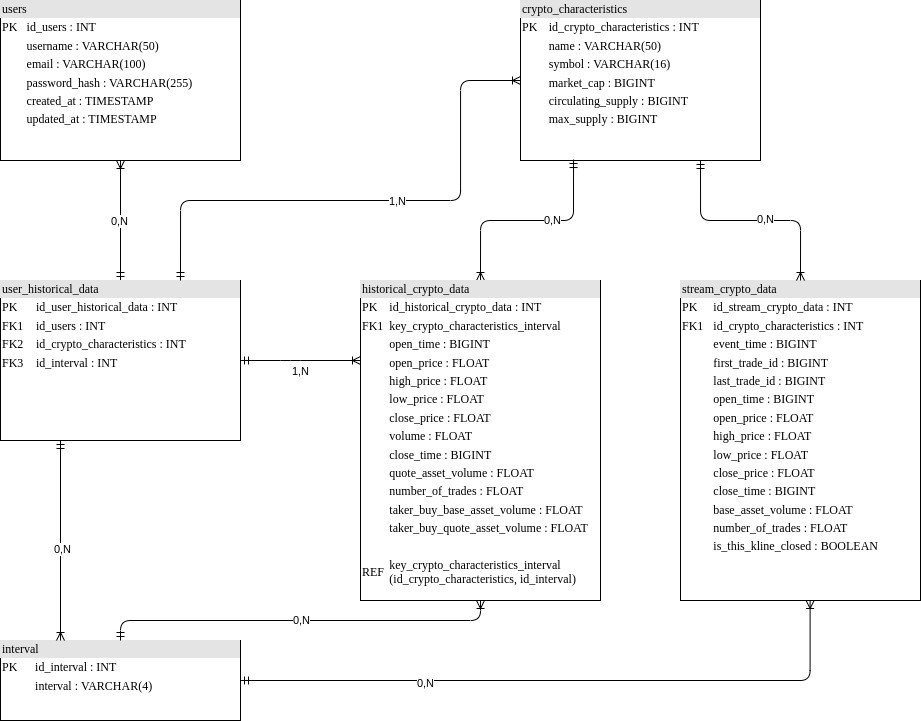
This is Database.png from DjImene/opa_cryptobot, a draw.io export, as it was before one commit. Source tidied: cells renumbered, new cells last; positions are measured from the earlier drawing's top-left corner, leaving out a move shared by most shapes.
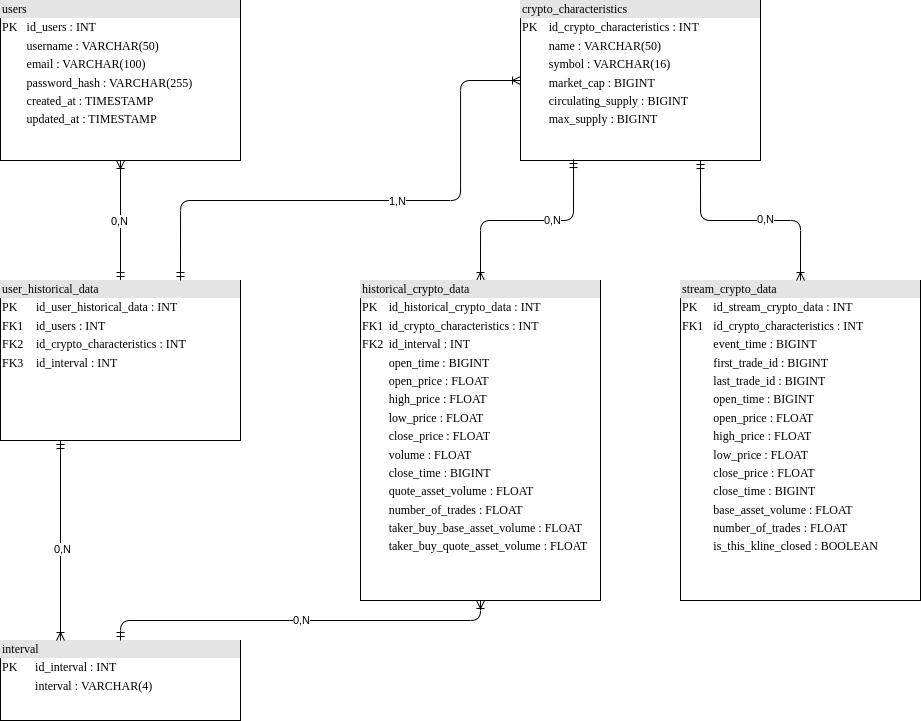
After the change.

Commit message:
Correction du diagramme de la BDD

Change to the diagram source:
```diff
@@ -42,16 +42,6 @@
     <mxCell id="11" value="&lt;div style=&quot;box-sizing: border-box ; width: 100% ; background: #e4e4e4 ; padding: 2px&quot;&gt;stream_crypto_data&lt;br&gt;&lt;/div&gt;&lt;table style=&quot;width: 100% ; font-size: 1em&quot; cellpadding=&quot;2&quot; cellspacing=&quot;0&quot;&gt;&lt;tbody&gt;&lt;tr&gt;&lt;td&gt;PK&lt;/td&gt;&lt;td&gt;id_stream_crypto_data&amp;nbsp;: INT&lt;br&gt;&lt;/td&gt;&lt;/tr&gt;&lt;tr&gt;&lt;td&gt;FK1&lt;/td&gt;&lt;td&gt;id_crypto_characteristics&amp;nbsp;: INT&lt;br&gt;&lt;/td&gt;&lt;/tr&gt;&lt;tr&gt;&lt;td&gt;&lt;br&gt;&lt;/td&gt;&lt;td&gt;event_time : BIGINT&lt;br&gt;&lt;/td&gt;&lt;/tr&gt;&lt;tr&gt;&lt;td&gt;&lt;br&gt;&lt;/td&gt;&lt;td&gt;first_trade_id : BIGINT&lt;br&gt;&lt;/td&gt;&lt;/tr&gt;&lt;tr&gt;&lt;td&gt;&lt;br&gt;&lt;/td&gt;&lt;td&gt;last_trade_id : BIGINT&lt;br&gt;&lt;/td&gt;&lt;/tr&gt;&lt;tr&gt;&lt;td&gt;&lt;/td&gt;&lt;td&gt;open_time : BIGINT&lt;br&gt;&lt;/td&gt;&lt;/tr&gt;&lt;tr&gt;&lt;td&gt;&lt;br&gt;&lt;/td&gt;&lt;td&gt;open_price : FLOAT&lt;br&gt;&lt;/td&gt;&lt;/tr&gt;&lt;tr&gt;&lt;td&gt;&lt;br&gt;&lt;/td&gt;&lt;td&gt;high_price : FLOAT&lt;br&gt;&lt;/td&gt;&lt;/tr&gt;&lt;tr&gt;&lt;td&gt;&lt;br&gt;&lt;/td&gt;&lt;td&gt;low_price : FLOAT&lt;br&gt;&lt;/td&gt;&lt;/tr&gt;&lt;tr&gt;&lt;td&gt;&lt;br&gt;&lt;/td&gt;&lt;td&gt;close_price : FLOAT&lt;br&gt;&lt;/td&gt;&lt;/tr&gt;&lt;tr&gt;&lt;td&gt;&lt;br&gt;&lt;/td&gt;&lt;td&gt;close_time : BIGINT&lt;br&gt;&lt;/td&gt;&lt;/tr&gt;&lt;tr&gt;&lt;td&gt;&lt;br&gt;&lt;/td&gt;&lt;td&gt;base_asset_volume : FLOAT&lt;br&gt;&lt;/td&gt;&lt;/tr&gt;&lt;tr&gt;&lt;td&gt;&lt;br&gt;&lt;/td&gt;&lt;td&gt;number_of_trades : FLOAT&lt;br&gt;&lt;/td&gt;&lt;/tr&gt;&lt;tr&gt;&lt;td&gt;&lt;br&gt;&lt;/td&gt;&lt;td&gt;is_this_kline_closed : BOOLEAN&lt;br&gt;&lt;/td&gt;&lt;/tr&gt;&lt;tr&gt;&lt;td&gt;&lt;br&gt;&lt;/td&gt;&lt;td&gt;&lt;br&gt;&lt;/td&gt;&lt;/tr&gt;&lt;/tbody&gt;&lt;/table&gt;" style="verticalAlign=top;align=left;overflow=fill;html=1;rounded=0;shadow=0;comic=0;labelBackgroundColor=none;strokeWidth=1;fontFamily=Verdana;fontSize=12;" parent="1" vertex="1">
       <mxGeometry x="680" y="280" width="240" height="320" as="geometry" />
     </mxCell>
-    <mxCell id="12" style="edgeStyle=orthogonalEdgeStyle;html=1;endArrow=ERoneToMany;startArrow=ERmandOne;labelBackgroundColor=none;fontFamily=Verdana;fontSize=12;align=left;exitX=1;exitY=0.5;entryX=0.54;entryY=1;exitDx=0;exitDy=0;entryDx=0;entryDy=0;entryPerimeter=0;" parent="1" edge="1" source="8" target="11">
-      <mxGeometry relative="1" as="geometry">
-        <Array as="points">
-          <mxPoint x="810" y="680" />
-        </Array>
-      </mxGeometry>
-    </mxCell>
-    <mxCell id="13" value="0,N" style="edgeLabel;html=1;align=center;verticalAlign=middle;" parent="12" vertex="1">
-      <mxGeometry x="-0.43" y="-2" relative="1" as="geometry" />
-    </mxCell>
     <mxCell id="14" style="edgeStyle=orthogonalEdgeStyle;html=1;endArrow=ERoneToMany;startArrow=ERmandOne;labelBackgroundColor=none;fontFamily=Verdana;fontSize=12;align=left;entryX=0.5;entryY=0;entryDx=0;entryDy=0;exitX=0.75;exitY=1;exitDx=0;exitDy=0;" parent="1" edge="1" source="5" target="11">
       <mxGeometry relative="1" as="geometry">
         <Array as="points">
@@ -84,21 +74,8 @@
     <mxCell id="20" value="1,N" style="edgeLabel;html=1;align=center;verticalAlign=middle;" parent="19" vertex="1">
       <mxGeometry x="0.1" relative="1" as="geometry" />
     </mxCell>
-    <mxCell id="21" value="&lt;div style=&quot;box-sizing: border-box ; width: 100% ; background: #e4e4e4 ; padding: 2px&quot;&gt;historical_crypto_data&lt;br&gt;&lt;/div&gt;&lt;table style=&quot;width: 100% ; font-size: 1em&quot; cellpadding=&quot;2&quot; cellspacing=&quot;0&quot;&gt;&lt;tbody&gt;&lt;tr&gt;&lt;td&gt;PK&lt;/td&gt;&lt;td&gt;id_historical_crypto_data&amp;nbsp;: INT&lt;br&gt;&lt;/td&gt;&lt;/tr&gt;&lt;tr&gt;&lt;td&gt;FK1&lt;/td&gt;&lt;td&gt;key_crypto_characteristics_interval&lt;br&gt;&lt;/td&gt;&lt;/tr&gt;&lt;tr&gt;&lt;td&gt;&lt;/td&gt;&lt;td&gt;open_time : BIGINT&lt;br&gt;&lt;/td&gt;&lt;/tr&gt;&lt;tr&gt;&lt;td&gt;&lt;br&gt;&lt;/td&gt;&lt;td&gt;open_price : FLOAT&lt;br&gt;&lt;/td&gt;&lt;/tr&gt;&lt;tr&gt;&lt;td&gt;&lt;br&gt;&lt;/td&gt;&lt;td&gt;high_price : FLOAT&lt;br&gt;&lt;/td&gt;&lt;/tr&gt;&lt;tr&gt;&lt;td&gt;&lt;br&gt;&lt;/td&gt;&lt;td&gt;low_price : FLOAT&lt;br&gt;&lt;/td&gt;&lt;/tr&gt;&lt;tr&gt;&lt;td&gt;&lt;br&gt;&lt;/td&gt;&lt;td&gt;close_price : FLOAT&lt;br&gt;&lt;/td&gt;&lt;/tr&gt;&lt;tr&gt;&lt;td&gt;&lt;br&gt;&lt;/td&gt;&lt;td&gt;volume : FLOAT&lt;br&gt;&lt;/td&gt;&lt;/tr&gt;&lt;tr&gt;&lt;td&gt;&lt;br&gt;&lt;/td&gt;&lt;td&gt;close_time : BIGINT&lt;br&gt;&lt;/td&gt;&lt;/tr&gt;&lt;tr&gt;&lt;td&gt;&lt;br&gt;&lt;/td&gt;&lt;td&gt;quote_asset_volume : FLOAT&lt;br&gt;&lt;/td&gt;&lt;/tr&gt;&lt;tr&gt;&lt;td&gt;&lt;br&gt;&lt;/td&gt;&lt;td&gt;number_of_trades : FLOAT&lt;br&gt;&lt;/td&gt;&lt;/tr&gt;&lt;tr&gt;&lt;td&gt;&lt;br&gt;&lt;/td&gt;&lt;td&gt;taker_buy_base_asset_volume : FLOAT&lt;br&gt;&lt;/td&gt;&lt;/tr&gt;&lt;tr&gt;&lt;td&gt;&lt;br&gt;&lt;/td&gt;&lt;td&gt;taker_buy_quote_asset_volume : FLOAT&lt;br&gt;&lt;/td&gt;&lt;/tr&gt;&lt;tr&gt;&lt;td&gt;&lt;br&gt;&lt;/td&gt;&lt;td&gt;&lt;br&gt;&lt;/td&gt;&lt;/tr&gt;&lt;tr&gt;&lt;td&gt;REF&lt;/td&gt;&lt;td&gt;key_crypto_characteristics_interval&lt;br&gt;&lt;span style=&quot;white-space-collapse: collapse;&quot;&gt;(id_crypto_characteristics,&amp;nbsp;&lt;/span&gt;id_interval)&lt;span style=&quot;white-space-collapse: collapse;&quot;&gt;&lt;br&gt;&lt;/span&gt;&lt;/td&gt;&lt;/tr&gt;&lt;tr&gt;&lt;td&gt;&lt;br&gt;&lt;/td&gt;&lt;td&gt;&lt;br&gt;&lt;/td&gt;&lt;/tr&gt;&lt;/tbody&gt;&lt;/table&gt;" style="verticalAlign=top;align=left;overflow=fill;html=1;rounded=0;shadow=0;comic=0;labelBackgroundColor=none;strokeWidth=1;fontFamily=Verdana;fontSize=12;" parent="1" vertex="1">
+    <mxCell id="21" value="&lt;div style=&quot;box-sizing: border-box ; width: 100% ; background: #e4e4e4 ; padding: 2px&quot;&gt;historical_crypto_data&lt;br&gt;&lt;/div&gt;&lt;table style=&quot;width: 100% ; font-size: 1em&quot; cellpadding=&quot;2&quot; cellspacing=&quot;0&quot;&gt;&lt;tbody&gt;&lt;tr&gt;&lt;td&gt;PK&lt;/td&gt;&lt;td&gt;id_historical_crypto_data&amp;nbsp;: INT&lt;br&gt;&lt;/td&gt;&lt;/tr&gt;&lt;tr&gt;&lt;td&gt;FK1&lt;/td&gt;&lt;td&gt;id_crypto_characteristics&amp;nbsp;: INT&lt;br&gt;&lt;/td&gt;&lt;/tr&gt;&lt;tr&gt;&lt;td&gt;FK2&lt;/td&gt;&lt;td&gt;id_interval : INT&lt;/td&gt;&lt;/tr&gt;&lt;tr&gt;&lt;td&gt;&lt;/td&gt;&lt;td&gt;open_time : BIGINT&lt;br&gt;&lt;/td&gt;&lt;/tr&gt;&lt;tr&gt;&lt;td&gt;&lt;br&gt;&lt;/td&gt;&lt;td&gt;open_price : FLOAT&lt;br&gt;&lt;/td&gt;&lt;/tr&gt;&lt;tr&gt;&lt;td&gt;&lt;br&gt;&lt;/td&gt;&lt;td&gt;high_price : FLOAT&lt;br&gt;&lt;/td&gt;&lt;/tr&gt;&lt;tr&gt;&lt;td&gt;&lt;br&gt;&lt;/td&gt;&lt;td&gt;low_price : FLOAT&lt;br&gt;&lt;/td&gt;&lt;/tr&gt;&lt;tr&gt;&lt;td&gt;&lt;br&gt;&lt;/td&gt;&lt;td&gt;close_price : FLOAT&lt;br&gt;&lt;/td&gt;&lt;/tr&gt;&lt;tr&gt;&lt;td&gt;&lt;br&gt;&lt;/td&gt;&lt;td&gt;volume : FLOAT&lt;br&gt;&lt;/td&gt;&lt;/tr&gt;&lt;tr&gt;&lt;td&gt;&lt;br&gt;&lt;/td&gt;&lt;td&gt;close_time : BIGINT&lt;br&gt;&lt;/td&gt;&lt;/tr&gt;&lt;tr&gt;&lt;td&gt;&lt;br&gt;&lt;/td&gt;&lt;td&gt;quote_asset_volume : FLOAT&lt;br&gt;&lt;/td&gt;&lt;/tr&gt;&lt;tr&gt;&lt;td&gt;&lt;br&gt;&lt;/td&gt;&lt;td&gt;number_of_trades : FLOAT&lt;br&gt;&lt;/td&gt;&lt;/tr&gt;&lt;tr&gt;&lt;td&gt;&lt;br&gt;&lt;/td&gt;&lt;td&gt;taker_buy_base_asset_volume : FLOAT&lt;br&gt;&lt;/td&gt;&lt;/tr&gt;&lt;tr&gt;&lt;td&gt;&lt;br&gt;&lt;/td&gt;&lt;td&gt;taker_buy_quote_asset_volume : FLOAT&lt;br&gt;&lt;/td&gt;&lt;/tr&gt;&lt;tr&gt;&lt;td&gt;&lt;br&gt;&lt;/td&gt;&lt;td&gt;&lt;br&gt;&lt;/td&gt;&lt;/tr&gt;&lt;/tbody&gt;&lt;/table&gt;" style="verticalAlign=top;align=left;overflow=fill;html=1;rounded=0;shadow=0;comic=0;labelBackgroundColor=none;strokeWidth=1;fontFamily=Verdana;fontSize=12;" parent="1" vertex="1">
       <mxGeometry x="360" y="280" width="240" height="320" as="geometry" />
     </mxCell>
-    <mxCell id="22" style="edgeStyle=orthogonalEdgeStyle;html=1;endArrow=ERoneToMany;startArrow=ERmandOne;labelBackgroundColor=none;fontFamily=Verdana;fontSize=12;align=left;exitX=1;exitY=0.5;entryX=0;entryY=0.25;entryDx=0;entryDy=0;exitDx=0;exitDy=0;" parent="1" edge="1" source="16" target="21">
-      <mxGeometry relative="1" as="geometry">
-        <Array as="points">
-          <mxPoint x="290" y="360" />
-          <mxPoint x="290" y="360" />
-        </Array>
-      </mxGeometry>
-    </mxCell>
-    <mxCell id="23" value="1,N" style="edgeLabel;html=1;align=center;verticalAlign=middle;" parent="22" vertex="1">
-      <mxGeometry x="0.1" relative="1" as="geometry">
-        <mxPoint x="-6" y="10" as="offset" />
-      </mxGeometry>
-    </mxCell>
   </root>
 </mxGraphModel>
```
